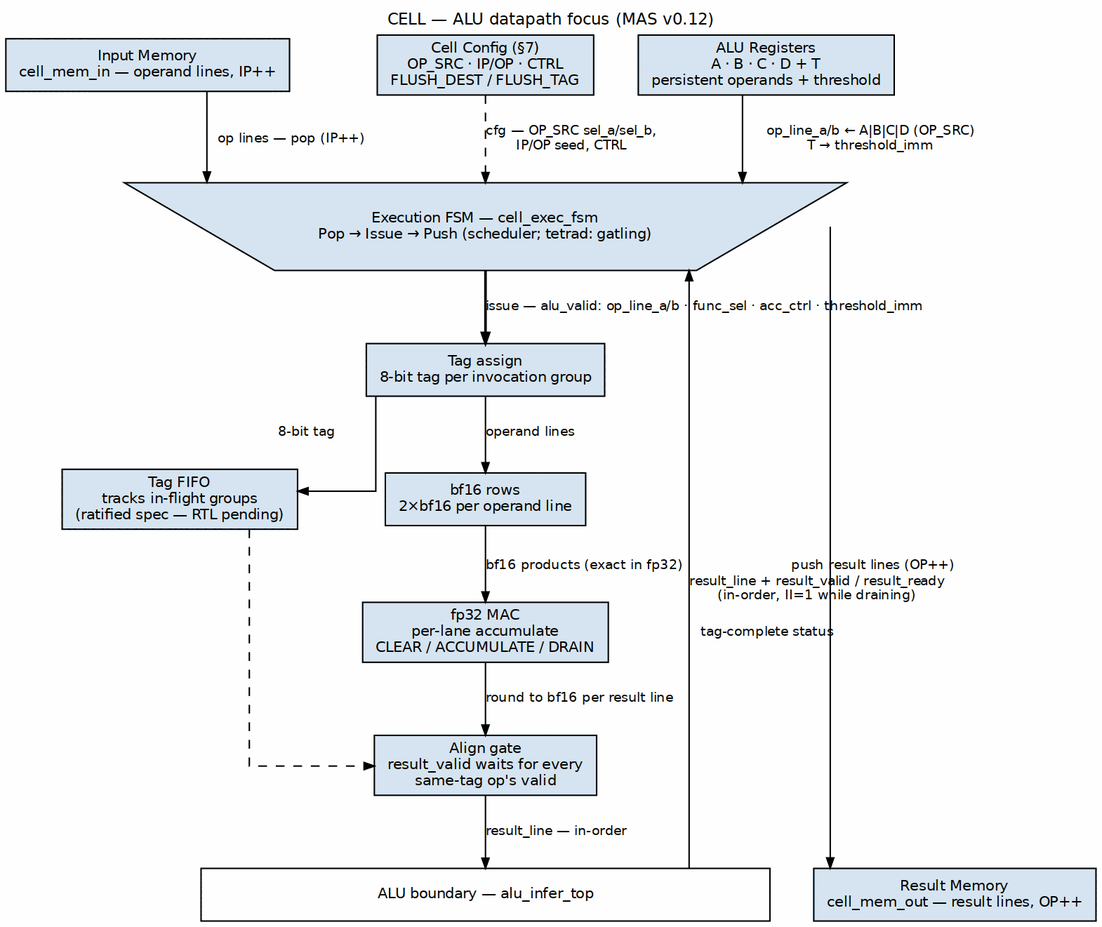
The Graphviz diagram projects/components/compute-eng-ip/cell/docs/cell_mas/assets/graphviz/03_alu_datapath.png in sean-galloway/RTLDesignSherpa, before a commit. Its source is kept beside it as projects/components/compute-eng-ip/cell/docs/cell_mas/assets/graphviz/03_alu_datapath.dot.
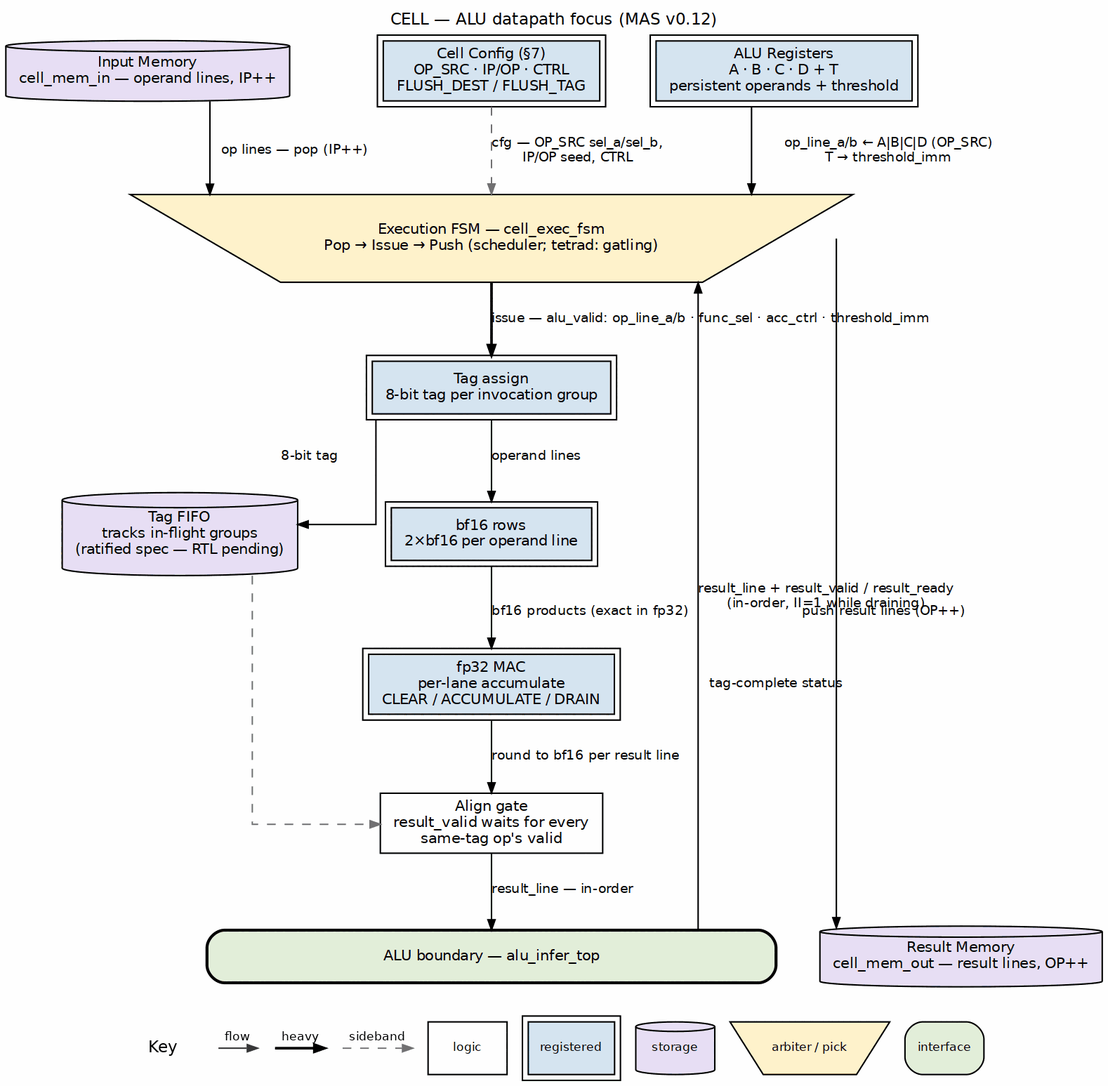
Above is the later version.

Diff of the diagram source:
```diff
@@ -4,31 +4,31 @@
          label="CELL — ALU datapath focus (MAS v0.12)",
          labelloc=t];
   node  [fontname="Helvetica", fontsize=10, shape=box, style=filled,
-         fillcolor="#D6E4F0", color="black", margin="0.12,0.06"];
+         fillcolor="white", color="black", margin="0.12,0.06"];
   edge  [fontname="Helvetica", fontsize=9, color="black", arrowsize=0.7];
 
-  inmem   [group="L", label="Input Memory\ncell_mem_in — operand lines, IP++"];
-  aluregs [group="L", label="ALU Registers\nA · B · C · D + T\npersistent operands + threshold"];
-  cfgregs [group="R", label="Cell Config (§7)\nOP_SRC · IP/OP · CTRL\nFLUSH_DEST / FLUSH_TAG"];
+  inmem   [group="L", label="Input Memory\ncell_mem_in — operand lines, IP++", shape=cylinder, style="filled", fillcolor="#E8DFF5"];
+  aluregs [group="L", label="ALU Registers\nA · B · C · D + T\npersistent operands + threshold", peripheries=2, style="filled", fillcolor="#D6E4F0"];
+  cfgregs [group="R", label="Cell Config (§7)\nOP_SRC · IP/OP · CTRL\nFLUSH_DEST / FLUSH_TAG", peripheries=2, style="filled", fillcolor="#D6E4F0"];
 
   fsm [group="C", shape=invtrapezium, width=2.6, height=0.5,
-       label="Execution FSM — cell_exec_fsm\nPop → Issue → Push (scheduler; tetrad: gatling)"];
+       label="Execution FSM — cell_exec_fsm\nPop → Issue → Push (scheduler; tetrad: gatling)", style="filled", fillcolor="#FFF2CC"];
 
-  tagassign [group="C", label="Tag assign\n8-bit tag per invocation group"];
-  rows      [group="C", label="bf16 rows\n2×bf16 per operand line"];
-  tagfifo   [group="L", label="Tag FIFO\ntracks in-flight groups\n(ratified spec — RTL pending)"];
-  mac       [group="C", label="fp32 MAC\nper-lane accumulate\nCLEAR / ACCUMULATE / DRAIN"];
-  align     [group="C", label="Align gate\nresult_valid waits for every\nsame-tag op's valid"];
+  tagassign [group="C", label="Tag assign\n8-bit tag per invocation group", peripheries=2, style="filled", fillcolor="#D6E4F0"];
+  rows      [group="C", label="bf16 rows\n2×bf16 per operand line", peripheries=2, style="filled", fillcolor="#D6E4F0"];
+  tagfifo   [group="L", label="Tag FIFO\ntracks in-flight groups\n(ratified spec — RTL pending)", shape=cylinder, style="filled", fillcolor="#E8DFF5"];
+  mac       [group="C", label="fp32 MAC\nper-lane accumulate\nCLEAR / ACCUMULATE / DRAIN", peripheries=2, style="filled", fillcolor="#D6E4F0"];
+  align     [group="C", label="Align gate\nresult_valid waits for every\nsame-tag op's valid", style="filled", fillcolor="white"];
 
   alubar [group="C", width=5.4, height=0.5, fillcolor="white",
-          label="ALU boundary — alu_infer_top"];
+          label="ALU boundary — alu_infer_top", style="rounded,filled,bold", fillcolor="#E2EFDA"];
 
-  outmem [group="R", label="Result Memory\ncell_mem_out — result lines, OP++"];
+  outmem [group="R", label="Result Memory\ncell_mem_out — result lines, OP++", shape=cylinder, style="filled", fillcolor="#E8DFF5"];
 
   inmem   -> fsm [label="op lines — pop (IP++)"];
   aluregs -> fsm [label="op_line_a/b ← A|B|C|D (OP_SRC)\nT → threshold_imm"];
 
-  cfgregs -> fsm [style=dashed, label="cfg — OP_SRC sel_a/sel_b,\nIP/OP seed, CTRL"];
+  cfgregs -> fsm [style=dashed, color="#777777", label="cfg — OP_SRC sel_a/sel_b,\nIP/OP seed, CTRL"];
 
   fsm -> tagassign [penwidth=1.8,
        label="issue — alu_valid: op_line_a/b · func_sel · acc_ctrl · threshold_imm"];
@@ -37,7 +37,7 @@
   tagassign -> tagfifo [label="8-bit tag"];
   rows      -> mac    [label="bf16 products (exact in fp32)"];
   mac       -> align  [label="round to bf16 per result line"];
-  tagfifo   -> align  [constraint=false, style=dashed, label="tag-complete status"];
+  tagfifo   -> align  [constraint=false, style=dashed, color="#777777", label="tag-complete status"];
   align     -> alubar [label="result_line — in-order"];
 
   alubar -> fsm [constraint=false,
```
